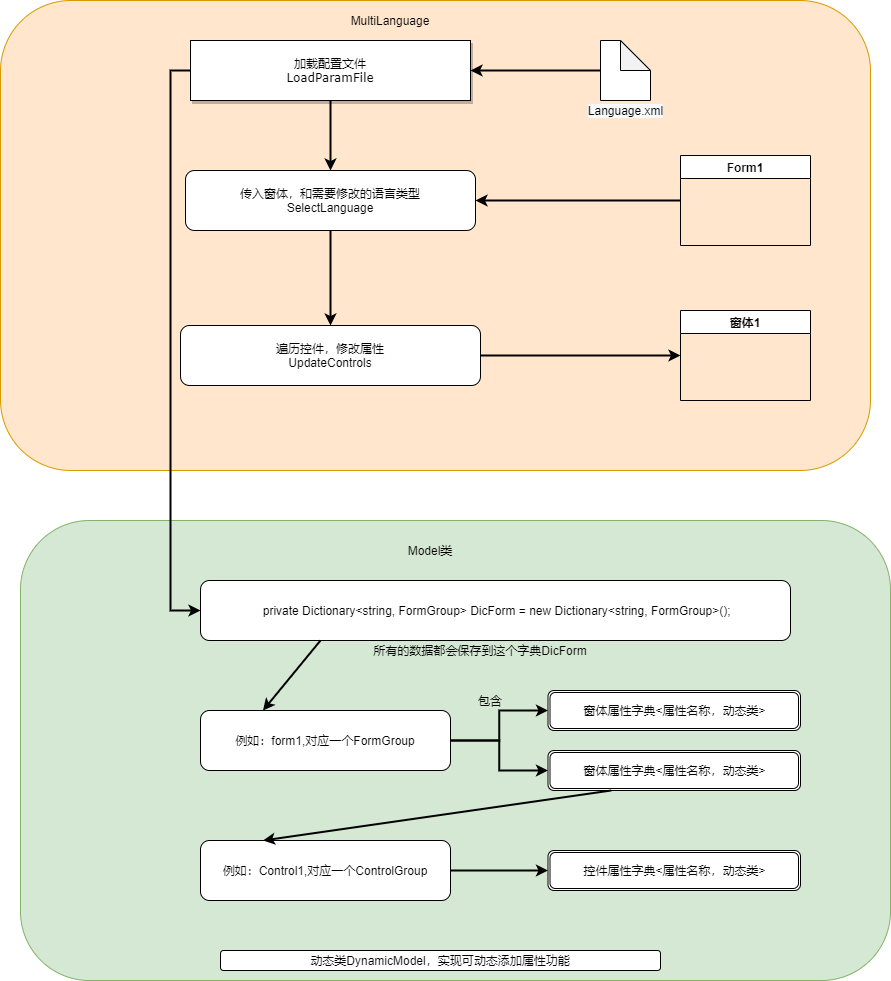
The draw.io diagram 图示说明.png in Rick413/MultiLanguageDemo, before a commit. Source tidied: cells renumbered, new cells last; positions are measured from the earlier drawing's top-left corner, leaving out a move shared by most shapes.
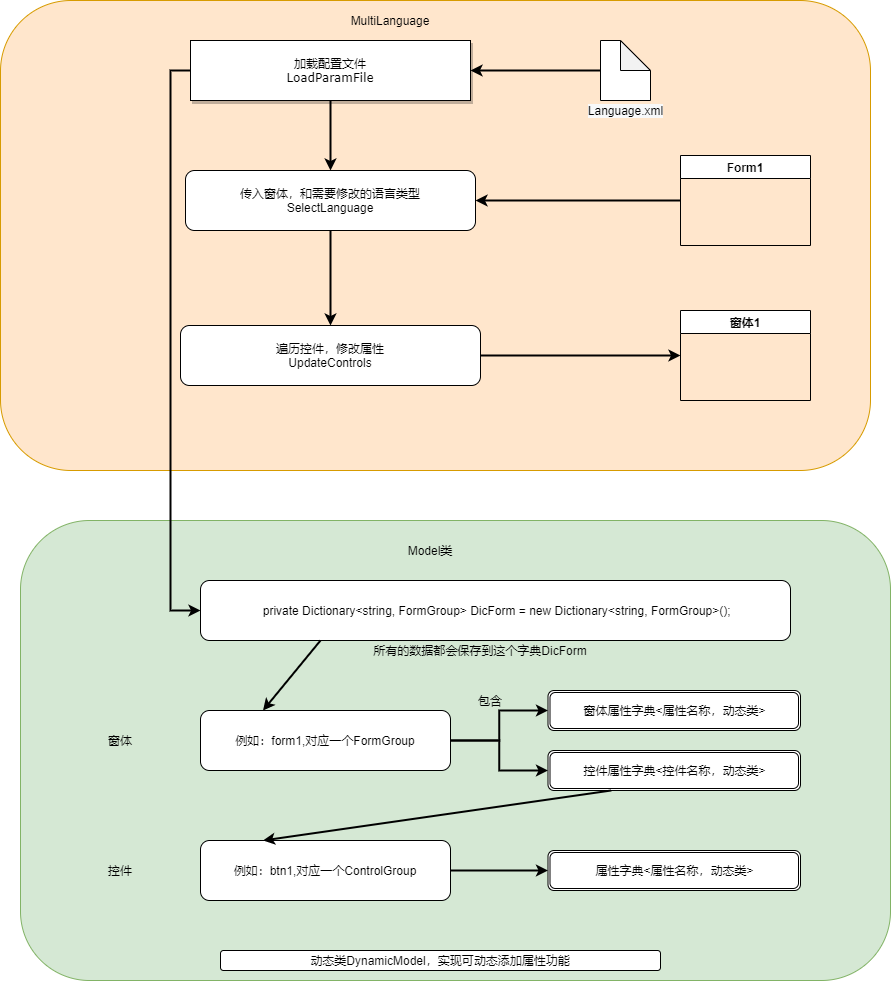
After the change.

The edit, as a diff of the source:
```diff
@@ -74,7 +74,7 @@
     <mxCell id="25" value="包含" style="text;html=1;strokeColor=none;fillColor=none;align=center;verticalAlign=middle;whiteSpace=wrap;rounded=0;" parent="1" vertex="1">
       <mxGeometry x="470" y="690" width="40" height="20" as="geometry" />
     </mxCell>
-    <mxCell id="26" value="窗体属性字典&amp;lt;属性名称，动态类&amp;gt;" style="shape=ext;double=1;rounded=1;whiteSpace=wrap;html=1;" parent="1" vertex="1">
+    <mxCell id="26" value="控件属性字典&amp;lt;控件名称，动态类&amp;gt;" style="shape=ext;double=1;rounded=1;whiteSpace=wrap;html=1;" parent="1" vertex="1">
       <mxGeometry x="547.5" y="750" width="252.5" height="40" as="geometry" />
     </mxCell>
     <mxCell id="27" style="endArrow=classic;html=1;strokeWidth=2;exitX=0;exitY=0;exitDx=0;exitDy=0;entryX=0.25;entryY=0;entryDx=0;entryDy=0;" parent="1" edge="1" source="20" target="23">
@@ -86,14 +86,20 @@
     <mxCell id="29" style="edgeStyle=orthogonalEdgeStyle;rounded=0;jettySize=auto;html=1;exitX=1;exitY=0.5;exitDx=0;exitDy=0;strokeWidth=2;" parent="1" edge="1" source="30" target="31">
       <mxGeometry relative="1" as="geometry" />
     </mxCell>
-    <mxCell id="30" value="例如：Control1,对应一个ControlGroup" style="rounded=1;whiteSpace=wrap;html=1;" parent="1" vertex="1">
+    <mxCell id="30" value="例如：btn1,对应一个ControlGroup" style="rounded=1;whiteSpace=wrap;html=1;" parent="1" vertex="1">
       <mxGeometry x="200" y="840" width="250" height="60" as="geometry" />
     </mxCell>
-    <mxCell id="31" value="控件属性字典&amp;lt;属性名称，动态类&amp;gt;" style="shape=ext;double=1;rounded=1;whiteSpace=wrap;html=1;" parent="1" vertex="1">
+    <mxCell id="31" value="属性字典&amp;lt;属性名称，动态类&amp;gt;" style="shape=ext;double=1;rounded=1;whiteSpace=wrap;html=1;" parent="1" vertex="1">
       <mxGeometry x="547.5" y="850" width="252.5" height="40" as="geometry" />
     </mxCell>
     <mxCell id="32" style="endArrow=classic;html=1;strokeWidth=2;exitX=0.25;exitY=1;exitDx=0;exitDy=0;entryX=0.25;entryY=0;entryDx=0;entryDy=0;" parent="1" edge="1" source="26" target="30">
       <mxGeometry relative="1" as="geometry" />
     </mxCell>
+    <mxCell id="33" value="窗体" style="text;html=1;strokeColor=none;fillColor=none;align=center;verticalAlign=middle;whiteSpace=wrap;rounded=0;" parent="1" vertex="1">
+      <mxGeometry x="100" y="730" width="40" height="20" as="geometry" />
+    </mxCell>
+    <mxCell id="34" value="控件" style="text;html=1;strokeColor=none;fillColor=none;align=center;verticalAlign=middle;whiteSpace=wrap;rounded=0;" parent="1" vertex="1">
+      <mxGeometry x="100" y="860" width="40" height="20" as="geometry" />
+    </mxCell>
   </root>
 </mxGraphModel>
```
